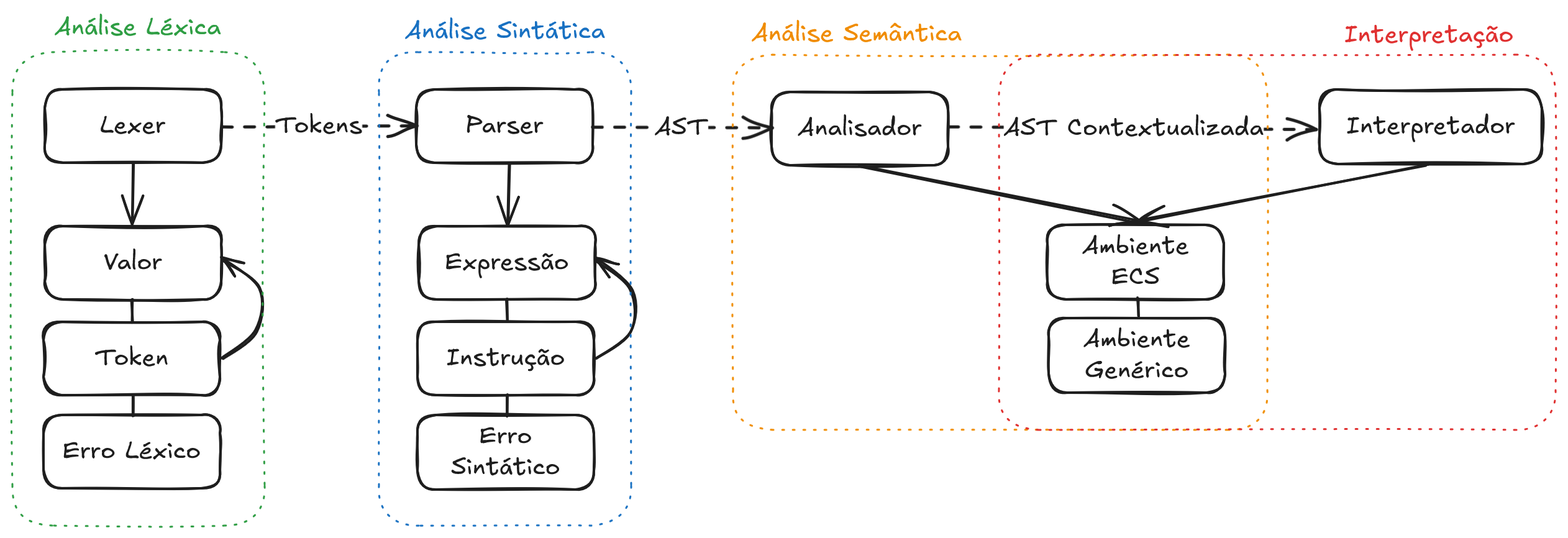
The Excalidraw diagram images/diagrama_geral.excalidraw.png in OverlineJunior/weave, before a commit. Source tidied: one line per element, renumbered; positions are measured from the earlier drawing's top-left corner, leaving out a move shared by most shapes.
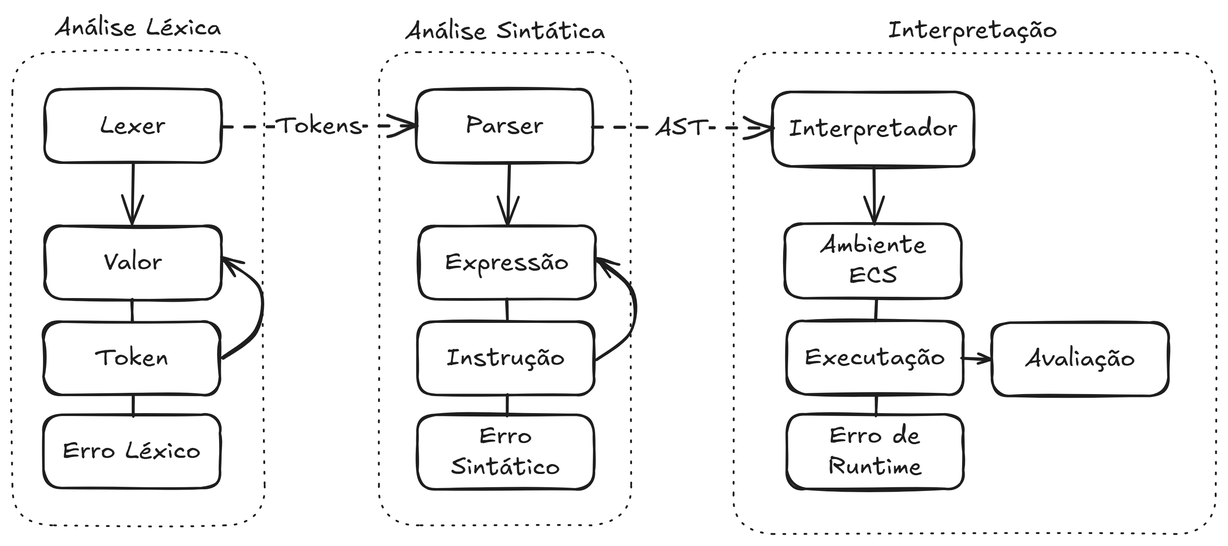
Later version of the same file.

Commit message:
Atualizar imagem do diagrama geral

What changed in the source:
```diff
@@ -4,46 +4,45 @@
 {"id": 3, "type": "text", "text": "Valor", "strokeColor": "#1e1e1e", "strokeWidth": 2, "roughness": 1, "fontSize": 20, "fontFamily": 5, "textAlign": "center", "verticalAlign": "middle", "inside": 2, "x": 73, "y": 189, "width": 47, "height": 25}
 {"id": 4, "type": "rectangle", "strokeColor": "#1e1e1e", "strokeWidth": 2, "roughness": 1, "round": true, "x": 327, "y": 172, "width": 142, "height": 59}
 {"id": 5, "type": "text", "text": "Expressão", "strokeColor": "#1e1e1e", "strokeWidth": 2, "roughness": 1, "fontSize": 20, "fontFamily": 5, "textAlign": "center", "verticalAlign": "middle", "inside": 4, "x": 348, "y": 189, "width": 100, "height": 25}
-{"id": 6, "type": "rectangle", "strokeColor": "#1e1e1e", "strokeWidth": 2, "roughness": 1, "round": true, "x": 833, "y": 171, "width": 142, "height": 60}
+{"id": 6, "type": "rectangle", "strokeColor": "#1e1e1e", "strokeWidth": 2, "roughness": 1, "round": true, "x": 622, "y": 170, "width": 142, "height": 60}
-{"id": 7, "type": "text", "text": "Ambiente\nECS", "strokeColor": "#1e1e1e", "strokeWidth": 2, "roughness": 1, "fontSize": 20, "fontFamily": 5, "textAlign": "center", "verticalAlign": "middle", "inside": 6, "x": 861, "y": 176, "width": 86, "height": 50}
+{"id": 7, "type": "text", "text": "Ambiente\nECS", "strokeColor": "#1e1e1e", "strokeWidth": 2, "roughness": 1, "fontSize": 20, "fontFamily": 5, "textAlign": "center", "verticalAlign": "middle", "inside": 6, "x": 650, "y": 175, "width": 86, "height": 50}
-{"id": 8, "type": "rectangle", "strokeColor": "#1e1e1e", "strokeWidth": 2, "roughness": 1, "round": true, "x": 834, "y": 246, "width": 142, "height": 60}
-{"id": 9, "type": "text", "text": "Ambiente\nGenérico", "strokeColor": "#1e1e1e", "strokeWidth": 2, "roughness": 1, "fontSize": 20, "fontFamily": 5, "textAlign": "center", "verticalAlign": "middle", "inside": 8, "x": 862, "y": 251, "width": 86, "height": 50}
 {"id": 10, "type": "rectangle", "strokeColor": "#1e1e1e", "strokeWidth": 2, "roughness": 1, "round": true, "x": 25, "y": 249, "width": 142, "height": 59}
 {"id": 11, "type": "text", "text": "Token", "strokeColor": "#1e1e1e", "strokeWidth": 2, "roughness": 1, "fontSize": 20, "fontFamily": 5, "textAlign": "center", "verticalAlign": "middle", "inside": 10, "x": 66, "y": 266, "width": 59, "height": 25}
 {"id": 12, "type": "rectangle", "strokeColor": "#1e1e1e", "strokeWidth": 2, "roughness": 1, "round": true, "x": 326, "y": 249, "width": 142, "height": 59}
 {"id": 13, "type": "text", "text": "Instrução", "strokeColor": "#1e1e1e", "strokeWidth": 2, "roughness": 1, "fontSize": 20, "fontFamily": 5, "textAlign": "center", "verticalAlign": "middle", "inside": 12, "x": 349, "y": 266, "width": 95, "height": 25}
+{"id": 49, "type": "rectangle", "strokeColor": "#1e1e1e", "strokeWidth": 2, "roughness": 1, "round": true, "x": 623, "y": 249, "width": 142, "height": 59}
+{"id": 50, "type": "text", "text": "Executação", "strokeColor": "#1e1e1e", "strokeWidth": 2, "roughness": 1, "fontSize": 20, "fontFamily": 5, "textAlign": "center", "verticalAlign": "middle", "inside": 49, "x": 638, "y": 266, "width": 113, "height": 25}
+{"id": 51, "type": "rectangle", "strokeColor": "#1e1e1e", "strokeWidth": 2, "roughness": 1, "round": true, "x": 788, "y": 250, "width": 142, "height": 59}
+{"id": 52, "type": "text", "text": "Avaliação", "strokeColor": "#1e1e1e", "strokeWidth": 2, "roughness": 1, "fontSize": 20, "fontFamily": 5, "textAlign": "center", "verticalAlign": "middle", "inside": 51, "x": 815, "y": 267, "width": 89, "height": 25}
 {"id": 14, "type": "rectangle", "strokeColor": "#1e1e1e", "strokeWidth": 2, "roughness": 1, "round": true, "x": 25, "y": 324, "width": 142, "height": 59}
 {"id": 15, "type": "text", "text": "Erro Léxico", "strokeColor": "#1e1e1e", "strokeWidth": 2, "roughness": 1, "fontSize": 20, "fontFamily": 5, "textAlign": "center", "verticalAlign": "middle", "inside": 14, "x": 40, "y": 341, "width": 111, "height": 25}
 {"id": 16, "type": "rectangle", "strokeColor": "#1e1e1e", "strokeWidth": 2, "roughness": 1, "round": true, "x": 326, "y": 324, "width": 142, "height": 60}
 {"id": 17, "type": "text", "text": "Erro\nSintático", "strokeColor": "#1e1e1e", "strokeWidth": 2, "roughness": 1, "fontSize": 20, "fontFamily": 5, "textAlign": "center", "verticalAlign": "middle", "inside": 16, "x": 353, "y": 329, "width": 88, "height": 50}
+{"id": 53, "type": "rectangle", "strokeColor": "#1e1e1e", "strokeWidth": 2, "roughness": 1, "round": true, "x": 623, "y": 324, "width": 142, "height": 60}
+{"id": 54, "type": "text", "text": "Erro de\nRuntime", "strokeColor": "#1e1e1e", "strokeWidth": 2, "roughness": 1, "fontSize": 20, "fontFamily": 5, "textAlign": "center", "verticalAlign": "middle", "inside": 53, "x": 656, "y": 329, "width": 76, "height": 50}
 {"id": 18, "type": "rectangle", "strokeColor": "#1e1e1e", "strokeWidth": 2, "roughness": 1, "round": true, "x": 325, "y": 62, "width": 142, "height": 59}
 {"id": 19, "type": "text", "text": "Parser", "strokeColor": "#1e1e1e", "strokeWidth": 2, "roughness": 1, "fontSize": 20, "fontFamily": 5, "textAlign": "center", "verticalAlign": "middle", "inside": 18, "x": 365, "y": 79, "width": 63, "height": 25}
-{"id": 20, "type": "rectangle", "strokeColor": "#1e1e1e", "strokeWidth": 2, "roughness": 1, "round": true, "x": 611, "y": 64, "width": 142, "height": 59}
+{"id": 20, "type": "rectangle", "strokeColor": "#1e1e1e", "strokeWidth": 2, "roughness": 1, "round": true, "x": 612, "y": 64, "width": 162, "height": 60}
-{"id": 21, "type": "text", "text": "Analisador", "strokeColor": "#1e1e1e", "strokeWidth": 2, "roughness": 1, "fontSize": 20, "fontFamily": 5, "textAlign": "center", "verticalAlign": "middle", "inside": 20, "x": 632, "y": 81, "width": 100, "height": 25}
+{"id": 21, "type": "text", "text": "Interpretador", "strokeColor": "#1e1e1e", "strokeWidth": 2, "roughness": 1, "fontSize": 20, "fontFamily": 5, "textAlign": "center", "verticalAlign": "middle", "inside": 20, "x": 625, "y": 82, "width": 136, "height": 25}
-{"id": 22, "type": "rectangle", "strokeColor": "#1e1e1e", "strokeWidth": 2, "roughness": 1, "round": true, "x": 1052, "y": 62, "width": 179, "height": 60}
-{"id": 23, "type": "text", "text": "Interpretador", "strokeColor": "#1e1e1e", "strokeWidth": 2, "roughness": 1, "fontSize": 20, "fontFamily": 5, "textAlign": "center", "verticalAlign": "middle", "inside": 22, "x": 1074, "y": 80, "width": 136, "height": 25}
 {"id": 24, "type": "arrow", "strokeColor": "#1e1e1e", "strokeWidth": 2, "strokeStyle": "dashed", "roughness": 1, "endArrowhead": "arrow", "round": true, "from": 0, "to": 18, "x": 169, "y": 91, "width": 155, "height": 1, "points": [[0, 0], [155, 1]]}
 {"id": 25, "type": "text", "text": "Tokens", "strokeColor": "#1e1e1e", "strokeWidth": 2, "roughness": 1, "fontSize": 20, "fontFamily": 5, "textAlign": "center", "verticalAlign": "middle", "inside": 24, "x": 211, "y": 79, "width": 70, "height": 25}
-{"id": 26, "type": "arrow", "strokeColor": "#1e1e1e", "strokeWidth": 2, "strokeStyle": "dashed", "roughness": 1, "endArrowhead": "arrow", "round": true, "to": 20, "x": 467, "y": 93, "width": 143, "height": 1, "points": [[0, 0], [143, 1]]}
+{"id": 26, "type": "arrow", "strokeColor": "#1e1e1e", "strokeWidth": 2, "strokeStyle": "dashed", "roughness": 1, "endArrowhead": "arrow", "round": true, "to": 20, "x": 467, "y": 93, "width": 144, "height": 1, "points": [[0, 0], [144, 1]]}
 {"id": 27, "type": "text", "text": "AST", "strokeColor": "#1e1e1e", "strokeWidth": 2, "roughness": 1, "fontSize": 20, "fontFamily": 5, "textAlign": "center", "verticalAlign": "middle", "inside": 26, "x": 510, "y": 80, "width": 43, "height": 25}
-{"id": 28, "type": "arrow", "strokeColor": "#1e1e1e", "strokeWidth": 2, "strokeStyle": "dashed", "roughness": 1, "endArrowhead": "arrow", "round": true, "from": 20, "to": 22, "x": 754, "y": 93, "width": 297, "height": 1, "points": [[0, 0], [297, 1]]}
-{"id": 29, "type": "text", "text": "AST Contextualizada", "strokeColor": "#1e1e1e", "strokeWidth": 2, "roughness": 1, "fontSize": 20, "fontFamily": 5, "textAlign": "center", "verticalAlign": "middle", "inside": 28, "x": 725, "y": 81, "width": 209, "height": 25}
 {"id": 30, "type": "arrow", "strokeColor": "#1e1e1e", "strokeWidth": 2, "roughness": 1, "endArrowhead": "arrow", "round": true, "from": 0, "to": 2, "x": 97, "y": 121, "width": 1, "height": 49, "points": [[0, 0], [-1, 49]]}
 {"id": 31, "type": "line", "strokeColor": "#1e1e1e", "strokeWidth": 2, "roughness": 1, "round": true, "x": 96, "y": 231, "width": 1, "height": 18, "points": [[0, 0], [1, 18]]}
 {"id": 32, "type": "line", "strokeColor": "#1e1e1e", "strokeWidth": 2, "roughness": 1, "round": true, "x": 398, "y": 231, "width": 0, "height": 18, "points": [[0, 0], [0, 18]]}
+{"id": 55, "type": "line", "strokeColor": "#1e1e1e", "strokeWidth": 2, "roughness": 1, "round": true, "x": 695, "y": 231, "width": 0, "height": 18, "points": [[0, 0], [0, 18]]}
 {"id": 33, "type": "line", "strokeColor": "#1e1e1e", "strokeWidth": 2, "roughness": 1, "round": true, "x": 97, "y": 308, "width": 0, "height": 17, "points": [[0, 0], [0, 17]]}
 {"id": 34, "type": "line", "strokeColor": "#1e1e1e", "strokeWidth": 2, "roughness": 1, "round": true, "x": 398, "y": 308, "width": 0, "height": 17, "points": [[0, 0], [0, 17]]}
+{"id": 56, "type": "line", "strokeColor": "#1e1e1e", "strokeWidth": 2, "roughness": 1, "round": true, "x": 695, "y": 308, "width": 0, "height": 17, "points": [[0, 0], [0, 17]]}
-{"id": 35, "type": "arrow", "strokeColor": "#1e1e1e", "strokeWidth": 2, "roughness": 1, "endArrowhead": "arrow", "round": true, "from": 12, "to": 4, "x": 469, "y": 279, "width": 29, "height": 80, "points": [[0, 0], [28, -22], [29, -56], [0, -80]]}
+{"id": 35, "type": "arrow", "strokeColor": "#1e1e1e", "strokeWidth": 2, "roughness": 1, "endArrowhead": "arrow", "round": true, "from": 12, "to": 4, "x": 469, "y": 280, "width": 29, "height": 81, "points": [[0, 0], [28, -23], [29, -57], [1, -81]]}
 {"id": 36, "type": "arrow", "strokeColor": "#1e1e1e", "strokeWidth": 2, "roughness": 1, "endArrowhead": "arrow", "round": true, "x": 169, "y": 278, "width": 29, "height": 80, "points": [[0, 0], [28, -22], [29, -56], [0, -80]]}
 {"id": 37, "type": "arrow", "strokeColor": "#1e1e1e", "strokeWidth": 2, "roughness": 1, "endArrowhead": "arrow", "round": true, "from": 18, "to": 4, "x": 400, "y": 122, "width": 1, "height": 49, "points": [[0, 0], [-1, 49]]}
-{"id": 38, "type": "arrow", "strokeColor": "#1e1e1e", "strokeWidth": 2, "roughness": 1, "endArrowhead": "arrow", "round": true, "from": 20, "to": 6, "x": 682, "y": 124, "width": 225, "height": 44, "points": [[0, 0], [225, 44]]}
-{"id": 39, "type": "arrow", "strokeColor": "#1e1e1e", "strokeWidth": 2, "roughness": 1, "endArrowhead": "arrow", "round": true, "from": 22, "to": 6, "x": 1138, "y": 123, "width": 234, "height": 46, "points": [[0, 0], [-234, 46]]}
-{"id": 40, "type": "line", "strokeColor": "#1e1e1e", "strokeWidth": 2, "roughness": 1, "round": true, "x": 906, "y": 230, "width": 0, "height": 15, "points": [[0, 0], [0, 15]]}
-{"id": 41, "type": "rectangle", "strokeColor": "#2f9e44", "strokeWidth": 1, "strokeStyle": "dotted", "roughness": 1, "round": true, "x": 0, "y": 32, "width": 203, "height": 381}
+{"id": 41, "type": "rectangle", "strokeColor": "#1e1e1e", "strokeWidth": 1, "strokeStyle": "dotted", "roughness": 1, "round": true, "x": 0, "y": 32, "width": 203, "height": 381}
-{"id": 42, "type": "rectangle", "strokeColor": "#1971c2", "strokeWidth": 1, "strokeStyle": "dotted", "roughness": 1, "round": true, "x": 295, "y": 32, "width": 203, "height": 381}
+{"id": 42, "type": "rectangle", "strokeColor": "#1e1e1e", "strokeWidth": 1, "strokeStyle": "dotted", "roughness": 1, "round": true, "x": 295, "y": 32, "width": 203, "height": 381}
-{"id": 43, "type": "rectangle", "strokeColor": "#f08c00", "strokeWidth": 1, "strokeStyle": "dotted", "roughness": 1, "round": true, "x": 580, "y": 34, "width": 430, "height": 302}
-{"id": 44, "type": "rectangle", "strokeColor": "#e03131", "strokeWidth": 1, "strokeStyle": "dotted", "roughness": 1, "round": true, "x": 794, "y": 34, "width": 448, "height": 302}
+{"id": 44, "type": "rectangle", "strokeColor": "#1e1e1e", "strokeWidth": 1, "strokeStyle": "dotted", "roughness": 1, "round": true, "x": 580, "y": 32, "width": 388, "height": 388}
-{"id": 45, "type": "text", "text": "Análise Léxica", "strokeColor": "#2f9e44", "strokeWidth": 1, "strokeStyle": "dotted", "roughness": 1, "fontSize": 20, "fontFamily": 5, "x": 34, "y": 0, "width": 134, "height": 25}
+{"id": 45, "type": "text", "text": "Análise Léxica", "strokeColor": "#1e1e1e", "strokeWidth": 1, "strokeStyle": "dotted", "roughness": 1, "fontSize": 20, "fontFamily": 5, "x": 34, "y": 0, "width": 134, "height": 25}
-{"id": 46, "type": "text", "text": "Análise Sintática", "strokeColor": "#1971c2", "strokeWidth": 1, "strokeStyle": "dotted", "roughness": 1, "fontSize": 20, "fontFamily": 5, "x": 316, "y": 3, "width": 161, "height": 25}
+{"id": 46, "type": "text", "text": "Análise Sintática", "strokeColor": "#1e1e1e", "strokeWidth": 1, "strokeStyle": "dotted", "roughness": 1, "fontSize": 20, "fontFamily": 5, "x": 316, "y": 3, "width": 161, "height": 25}
-{"id": 47, "type": "text", "text": "Análise Semântica", "strokeColor": "#f08c00", "strokeWidth": 1, "strokeStyle": "dotted", "roughness": 1, "fontSize": 20, "fontFamily": 5, "x": 595, "y": 5, "width": 169, "height": 25}
-{"id": 48, "type": "text", "text": "Interpretação", "strokeColor": "#e03131", "strokeWidth": 1, "strokeStyle": "dotted", "roughness": 1, "fontSize": 20, "fontFamily": 5, "x": 1072, "y": 6, "width": 136, "height": 25}
+{"id": 48, "type": "text", "text": "Interpretação", "strokeColor": "#1e1e1e", "strokeWidth": 1, "strokeStyle": "dotted", "roughness": 1, "fontSize": 20, "fontFamily": 5, "x": 705, "y": 2, "width": 136, "height": 25}
+{"id": 57, "type": "arrow", "strokeColor": "#1e1e1e", "strokeWidth": 2, "roughness": 1, "endArrowhead": "arrow", "round": true, "x": 693, "y": 125, "width": 0, "height": 46, "points": [[0, 0], [0, 46]]}
+{"id": 58, "type": "arrow", "strokeColor": "#1e1e1e", "strokeWidth": 2, "roughness": 1, "endArrowhead": "arrow", "round": true, "x": 764, "y": 278, "width": 23, "height": 2, "points": [[0, 0], [23, 2]]}
```
